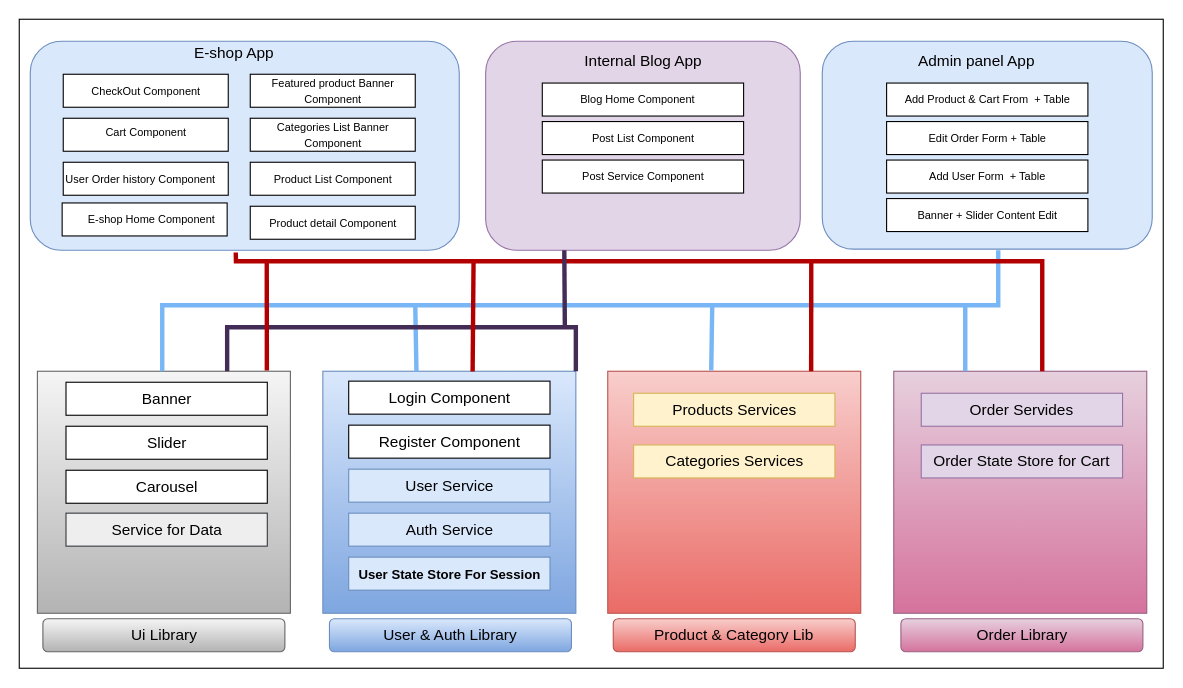
Above: page "Page-1" (1 of 3) of yellowsign/yellow_sign.drawio in Binayak3666/My_Application_Drawing_Architect (draw.io), before the change. Source tidied: cells renumbered, new cells numbered last; positions are measured from the earlier drawing's top-left corner, leaving out a move shared by most shapes. Both pictures are drawn from the tidied source at 110%, with x=0, y=0 at pixel (19, 19).
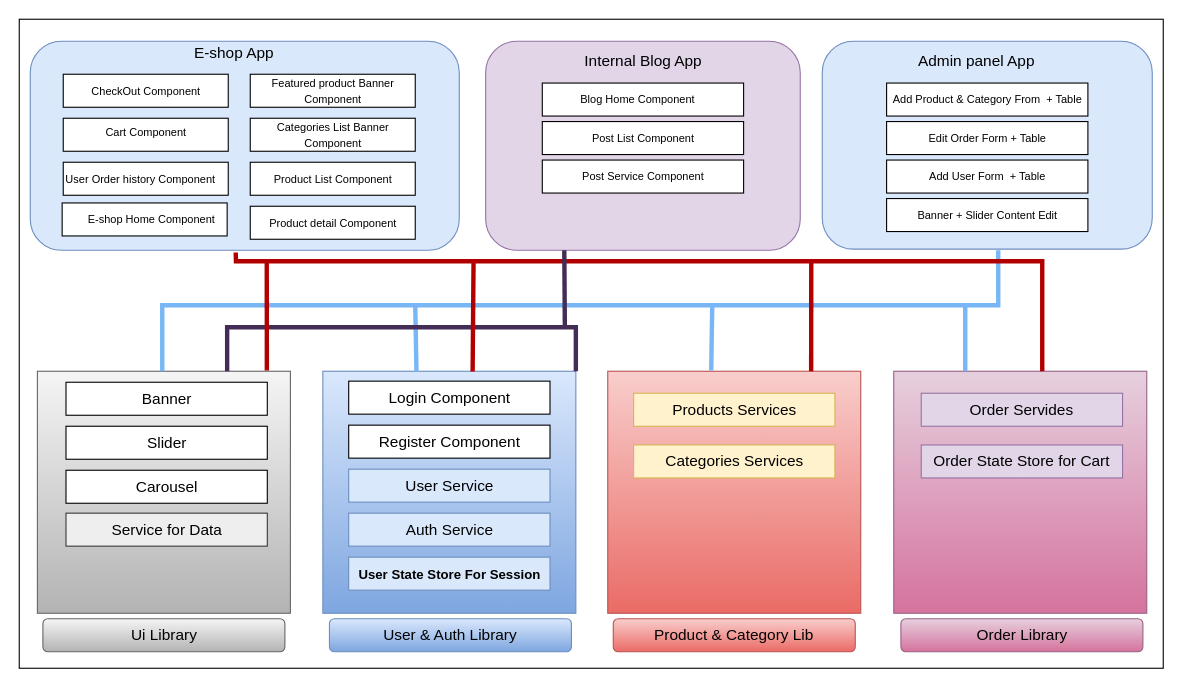
After the change.

Change to the diagram source:
```diff
@@
-    <mxCell id="35" value="&lt;span style=&quot;font-size: 10px;&quot;&gt;Add Product &amp;amp; Cart From&amp;nbsp; + Table&lt;/span&gt;" style="text;html=1;align=center;verticalAlign=middle;fillColor=none;strokeColor=none;rounded=0;shadow=0;" parent="1" vertex="1">
-      <mxGeometry x="795" y="63" width="170" height="20" as="geometry" />
+    <mxCell id="35" value="&lt;span style=&quot;font-size: 10px;&quot;&gt;Add Product &amp;amp; Category From&amp;nbsp; + Table&lt;/span&gt;" style="text;html=1;align=center;verticalAlign=middle;fillColor=none;strokeColor=none;rounded=0;shadow=0;" parent="1" vertex="1">
+      <mxGeometry x="785" y="63" width="190" height="20" as="geometry" />
     </mxCell>
```
